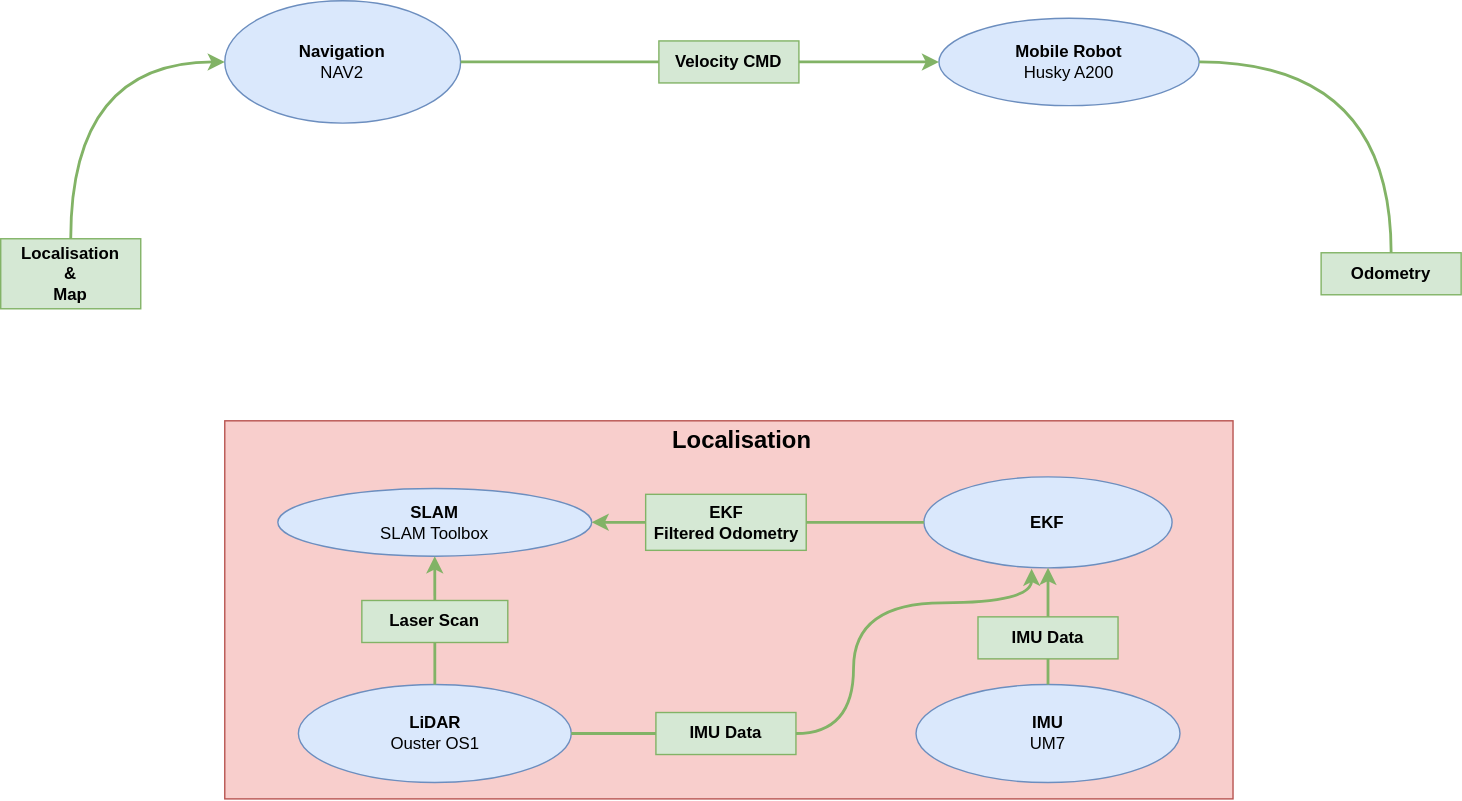
Earlier version of the draw.io export Figures/figTopLevelMethod.drawio.svg (orjano-max/ORJANOS_MASTER_REPO). Source tidied: cells renumbered, new cells last; positions are measured from the earlier drawing's top-left corner, leaving out a move shared by most shapes.
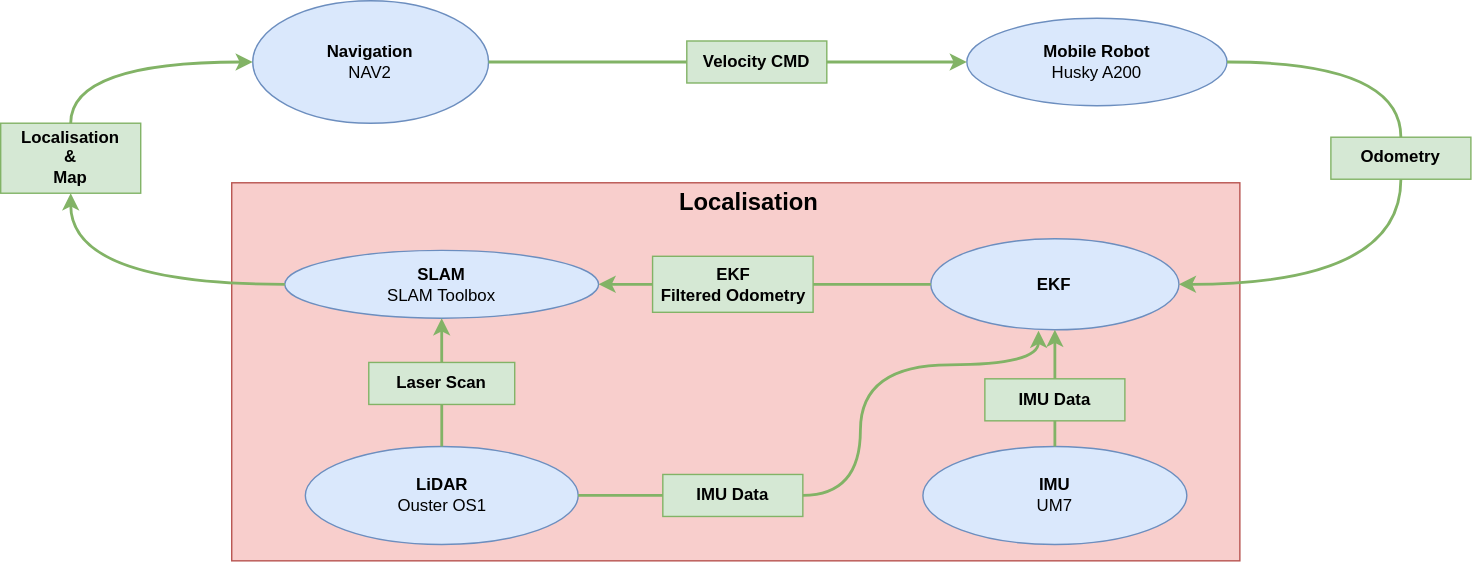
Above is the later version.

Change to the diagram source:
```diff
@@ -12,7 +12,7 @@
       <mxGeometry relative="1" as="geometry" />
     </mxCell>
     <mxCell id="5" value="&lt;div&gt;&lt;b&gt;Odometry&lt;/b&gt;&lt;/div&gt;" style="rounded=0;whiteSpace=wrap;html=1;fillColor=#d5e8d4;strokeColor=#82b366;" parent="1" vertex="1">
-      <mxGeometry x="942.9" y="180" width="100" height="30" as="geometry" />
+      <mxGeometry x="930" y="97.4" width="100" height="30" as="geometry" />
     </mxCell>
     <mxCell id="6" style="edgeStyle=orthogonalEdgeStyle;jettySize=auto;html=1;curved=1;fillColor=#d5e8d4;strokeColor=#82b366;strokeWidth=2;rounded=0;exitX=0.5;exitY=0;exitDx=0;exitDy=0;entryX=1;entryY=0.5;entryDx=0;entryDy=0;endArrow=none;endFill=0;startArrow=none;startFill=0;" parent="1" edge="1" source="5" target="3">
       <mxGeometry relative="1" as="geometry" />
@@ -24,10 +24,10 @@
       <mxGeometry relative="1" as="geometry" />
     </mxCell>
     <mxCell id="9" value="&lt;b&gt;Localisation&lt;br&gt;&amp;amp;&lt;br&gt;Map&lt;br&gt;&lt;/b&gt;" style="rounded=0;whiteSpace=wrap;html=1;fillColor=#d5e8d4;strokeColor=#82b366;" parent="1" vertex="1">
-      <mxGeometry y="170" width="100" height="50" as="geometry" />
+      <mxGeometry x="-20" y="87.4" width="100" height="50" as="geometry" />
     </mxCell>
     <mxCell id="10" style="group;" parent="1" vertex="1">
-      <mxGeometry x="160" y="300" width="720" height="270" as="geometry" />
+      <mxGeometry x="145" y="130" width="720" height="270" as="geometry" />
     </mxCell>
     <mxCell id="11" style="rounded=0;whiteSpace=wrap;html=1;fillColor=#f8cecc;strokeColor=#b85450;" parent="10" vertex="1">
       <mxGeometry width="720" height="270" as="geometry" />
@@ -112,5 +112,11 @@
     <mxCell id="29" style="edgeStyle=orthogonalEdgeStyle;jettySize=auto;html=1;curved=1;fillColor=#d5e8d4;strokeColor=#82b366;strokeWidth=2;rounded=0;exitX=0.5;exitY=0;exitDx=0;exitDy=0;entryX=0;entryY=0.5;entryDx=0;entryDy=0;" parent="1" edge="1" source="9" target="2">
       <mxGeometry relative="1" as="geometry" />
     </mxCell>
+    <mxCell id="30" style="edgeStyle=orthogonalEdgeStyle;jettySize=auto;html=1;curved=1;fillColor=#d5e8d4;strokeColor=#82b366;strokeWidth=2;rounded=0;exitX=0;exitY=0.5;exitDx=0;exitDy=0;entryX=0.5;entryY=1;entryDx=0;entryDy=0;" parent="1" edge="1" source="13" target="9">
+      <mxGeometry relative="1" as="geometry" />
+    </mxCell>
+    <mxCell id="31" style="edgeStyle=orthogonalEdgeStyle;jettySize=auto;html=1;curved=1;fillColor=#d5e8d4;strokeColor=#82b366;strokeWidth=2;rounded=0;exitX=0.5;exitY=1;exitDx=0;exitDy=0;entryX=1;entryY=0.5;entryDx=0;entryDy=0;" parent="1" edge="1" source="5" target="20">
+      <mxGeometry relative="1" as="geometry" />
+    </mxCell>
   </root>
 </mxGraphModel>
```
